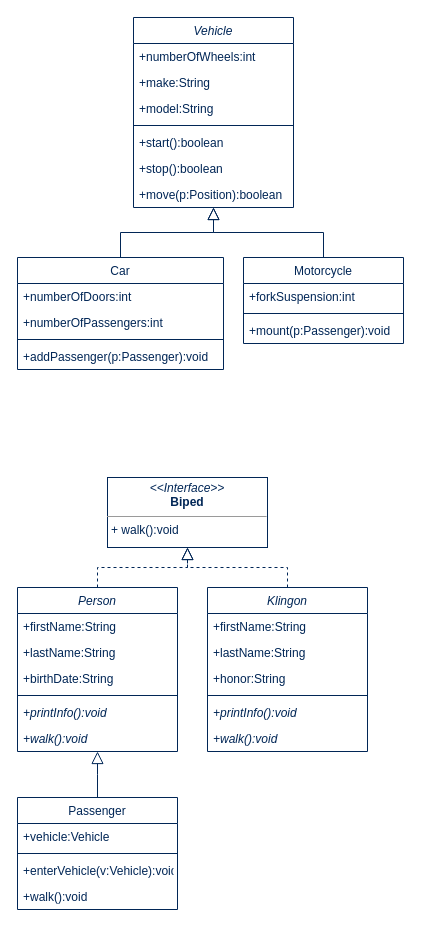
rahimi/software-engineering keeps this draw.io diagram as vehicle-class.drawio. Above is the earlier version. Source tidied: cells renumbered, new cells numbered last; positions are measured from the earlier drawing's top-left corner, leaving out a move shared by most shapes. Both pictures are drawn from the tidied source at 100%, with x=0, y=0 at pixel (17, 17).
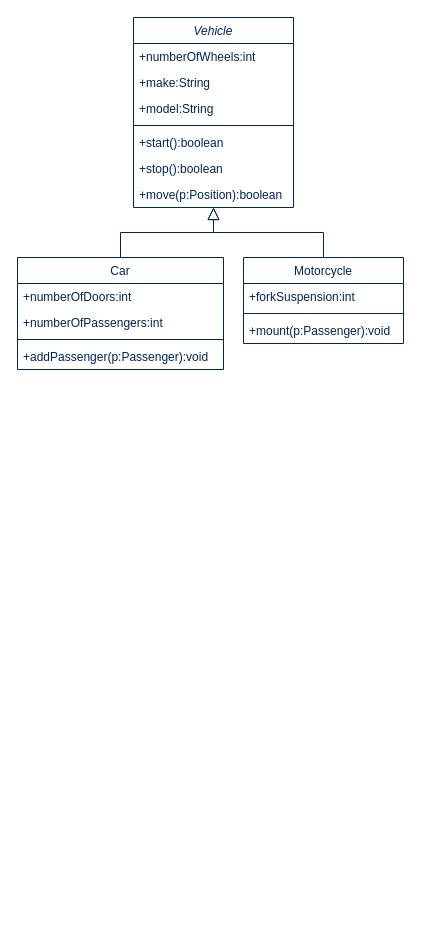
After the change.

Commit message:
extracts biped

Diff of the diagram source:
```diff
@@
-    <mxCell id="21" style="endArrow=block;endSize=10;endFill=0;shadow=0;strokeWidth=1;rounded=0;edgeStyle=elbowEdgeStyle;elbow=vertical;fontFamily=TitilliumText25L;fontColor=#012656;exitX=0.5;exitY=0;exitDx=0;exitDy=0;entryX=0.5;entryY=1;entryDx=0;entryDy=0;strokeColor=#012656;" parent="1" edge="1" source="31" target="22">
-      <mxGeometry relative="1" as="geometry" />
-    </mxCell>
-    <mxCell id="22" value="Person" style="swimlane;fontStyle=2;align=center;verticalAlign=top;horizontal=1;startSize=26;rounded=0;shadow=0;strokeWidth=1;fontFamily=TitilliumText25L;fontColor=#012656;strokeColor=#012656;" parent="1" vertex="1">
-      <mxGeometry y="570" width="160" height="164" as="geometry" />
-    </mxCell>
-    <mxCell id="23" value="+firstName:String" style="text;align=left;verticalAlign=top;spacingLeft=4;spacingRight=4;overflow=hidden;fontFamily=TitilliumText25L;fontColor=#012656;" parent="22" vertex="1">
-      <mxGeometry y="26" width="160" height="26" as="geometry" />
-    </mxCell>
-    <mxCell id="24" value="+lastName:String" style="text;align=left;verticalAlign=top;spacingLeft=4;spacingRight=4;overflow=hidden;rounded=0;shadow=0;html=0;fontFamily=TitilliumText25L;fontColor=#012656;" parent="22" vertex="1">
-      <mxGeometry y="52" width="160" height="26" as="geometry" />
-    </mxCell>
-    <mxCell id="25" value="+birthDate:String" style="text;align=left;verticalAlign=top;spacingLeft=4;spacingRight=4;overflow=hidden;rounded=0;shadow=0;html=0;fontFamily=TitilliumText25L;fontColor=#012656;" parent="22" vertex="1">
-      <mxGeometry y="78" width="160" height="26" as="geometry" />
-    </mxCell>
-    <mxCell id="26" style="line;html=1;strokeWidth=1;align=left;verticalAlign=middle;spacingTop=-1;spacingLeft=3;spacingRight=3;labelPosition=right;fontFamily=TitilliumText25L;fontColor=#012656;strokeColor=#012656;" parent="22" vertex="1">
-      <mxGeometry y="104" width="160" height="8" as="geometry" />
-    </mxCell>
-    <mxCell id="27" value="+printInfo():void" style="text;align=left;verticalAlign=top;spacingLeft=4;spacingRight=4;overflow=hidden;fontFamily=TitilliumText25L;fontColor=#012656;fontStyle=2;" parent="22" vertex="1">
-      <mxGeometry y="112" width="160" height="26" as="geometry" />
-    </mxCell>
-    <mxCell id="28" value="+walk():void" style="text;align=left;verticalAlign=top;spacingLeft=4;spacingRight=4;overflow=hidden;fontFamily=TitilliumText25L;fontColor=#012656;fontStyle=2;" parent="22" vertex="1">
-      <mxGeometry y="138" width="160" height="26" as="geometry" />
-    </mxCell>
-    <mxCell id="29" style="endArrow=block;endSize=10;endFill=0;shadow=0;strokeWidth=1;rounded=0;edgeStyle=elbowEdgeStyle;elbow=vertical;fontFamily=TitilliumText25L;fontColor=#012656;entryX=0.5;entryY=1;entryDx=0;entryDy=0;strokeColor=#012656;exitX=0.5;exitY=0;exitDx=0;exitDy=0;dashed=1;" parent="1" edge="1" source="22" target="30">
-      <mxGeometry relative="1" as="geometry" />
-    </mxCell>
-    <mxCell id="30" value="&lt;p style=&quot;margin: 0px ; margin-top: 4px ; text-align: center&quot;&gt;&lt;i&gt;&amp;lt;&amp;lt;Interface&amp;gt;&amp;gt;&lt;/i&gt;&lt;br&gt;&lt;b&gt;Biped&lt;/b&gt;&lt;/p&gt;&lt;hr size=&quot;1&quot;&gt;&lt;p style=&quot;margin: 0px ; margin-left: 4px&quot;&gt;&lt;/p&gt;&lt;p style=&quot;margin: 0px ; margin-left: 4px&quot;&gt;+ walk():void&lt;br&gt;&lt;/p&gt;" style="verticalAlign=top;align=left;overflow=fill;fontSize=12;fontFamily=Helvetica;html=1;fontColor=#012656;strokeColor=#012656;" parent="1" vertex="1">
-      <mxGeometry x="90" y="460" width="160" height="70" as="geometry" />
-    </mxCell>
-    <mxCell id="31" value="Passenger" style="swimlane;fontStyle=0;align=center;verticalAlign=top;horizontal=1;startSize=26;rounded=0;shadow=0;strokeWidth=1;fontFamily=TitilliumText25L;fontColor=#012656;strokeColor=#012656;" parent="1" vertex="1">
-      <mxGeometry y="780" width="160" height="112" as="geometry" />
-    </mxCell>
-    <mxCell id="32" value="+vehicle:Vehicle" style="text;align=left;verticalAlign=top;spacingLeft=4;spacingRight=4;overflow=hidden;fontFamily=TitilliumText25L;fontColor=#012656;" parent="31" vertex="1">
-      <mxGeometry y="26" width="160" height="26" as="geometry" />
-    </mxCell>
-    <mxCell id="33" style="line;html=1;strokeWidth=1;align=left;verticalAlign=middle;spacingTop=-1;spacingLeft=3;spacingRight=3;labelPosition=right;fontFamily=TitilliumText25L;fontColor=#012656;strokeColor=#012656;" parent="31" vertex="1">
-      <mxGeometry y="52" width="160" height="8" as="geometry" />
-    </mxCell>
-    <mxCell id="34" value="+enterVehicle(v:Vehicle):void" style="text;align=left;verticalAlign=top;spacingLeft=4;spacingRight=4;overflow=hidden;fontFamily=TitilliumText25L;fontColor=#012656;" parent="31" vertex="1">
-      <mxGeometry y="60" width="160" height="26" as="geometry" />
-    </mxCell>
-    <mxCell id="35" value="+walk():void" style="text;align=left;verticalAlign=top;spacingLeft=4;spacingRight=4;overflow=hidden;fontFamily=TitilliumText25L;fontColor=#012656;" parent="31" vertex="1">
-      <mxGeometry y="86" width="160" height="26" as="geometry" />
-    </mxCell>
-    <mxCell id="36" value="Klingon" style="swimlane;fontStyle=2;align=center;verticalAlign=top;horizontal=1;startSize=26;rounded=0;shadow=0;strokeWidth=1;fontFamily=TitilliumText25L;fontColor=#012656;strokeColor=#012656;" parent="1" vertex="1">
-      <mxGeometry x="190" y="570" width="160" height="164" as="geometry" />
-    </mxCell>
-    <mxCell id="37" value="+firstName:String" style="text;align=left;verticalAlign=top;spacingLeft=4;spacingRight=4;overflow=hidden;fontFamily=TitilliumText25L;fontColor=#012656;" parent="36" vertex="1">
-      <mxGeometry y="26" width="160" height="26" as="geometry" />
-    </mxCell>
-    <mxCell id="38" value="+lastName:String" style="text;align=left;verticalAlign=top;spacingLeft=4;spacingRight=4;overflow=hidden;rounded=0;shadow=0;html=0;fontFamily=TitilliumText25L;fontColor=#012656;" parent="36" vertex="1">
-      <mxGeometry y="52" width="160" height="26" as="geometry" />
-    </mxCell>
-    <mxCell id="39" value="+honor:String" style="text;align=left;verticalAlign=top;spacingLeft=4;spacingRight=4;overflow=hidden;rounded=0;shadow=0;html=0;fontFamily=TitilliumText25L;fontColor=#012656;" parent="36" vertex="1">
-      <mxGeometry y="78" width="160" height="26" as="geometry" />
-    </mxCell>
-    <mxCell id="40" style="line;html=1;strokeWidth=1;align=left;verticalAlign=middle;spacingTop=-1;spacingLeft=3;spacingRight=3;labelPosition=right;fontFamily=TitilliumText25L;fontColor=#012656;strokeColor=#012656;" parent="36" vertex="1">
-      <mxGeometry y="104" width="160" height="8" as="geometry" />
-    </mxCell>
-    <mxCell id="41" value="+printInfo():void" style="text;align=left;verticalAlign=top;spacingLeft=4;spacingRight=4;overflow=hidden;fontFamily=TitilliumText25L;fontColor=#012656;fontStyle=2;" parent="36" vertex="1">
-      <mxGeometry y="112" width="160" height="26" as="geometry" />
-    </mxCell>
-    <mxCell id="42" value="+walk():void" style="text;align=left;verticalAlign=top;spacingLeft=4;spacingRight=4;overflow=hidden;fontFamily=TitilliumText25L;fontColor=#012656;fontStyle=2;" parent="36" vertex="1">
-      <mxGeometry y="138" width="160" height="26" as="geometry" />
-    </mxCell>
-    <mxCell id="43" style="endArrow=block;endSize=10;endFill=0;shadow=0;strokeWidth=1;rounded=0;edgeStyle=elbowEdgeStyle;elbow=vertical;fontFamily=TitilliumText25L;fontColor=#012656;entryX=0.5;entryY=1;entryDx=0;entryDy=0;strokeColor=#012656;exitX=0.5;exitY=0;exitDx=0;exitDy=0;dashed=1;" parent="1" edge="1" source="36" target="30">
-      <mxGeometry relative="1" as="geometry" />
-    </mxCell>
```
